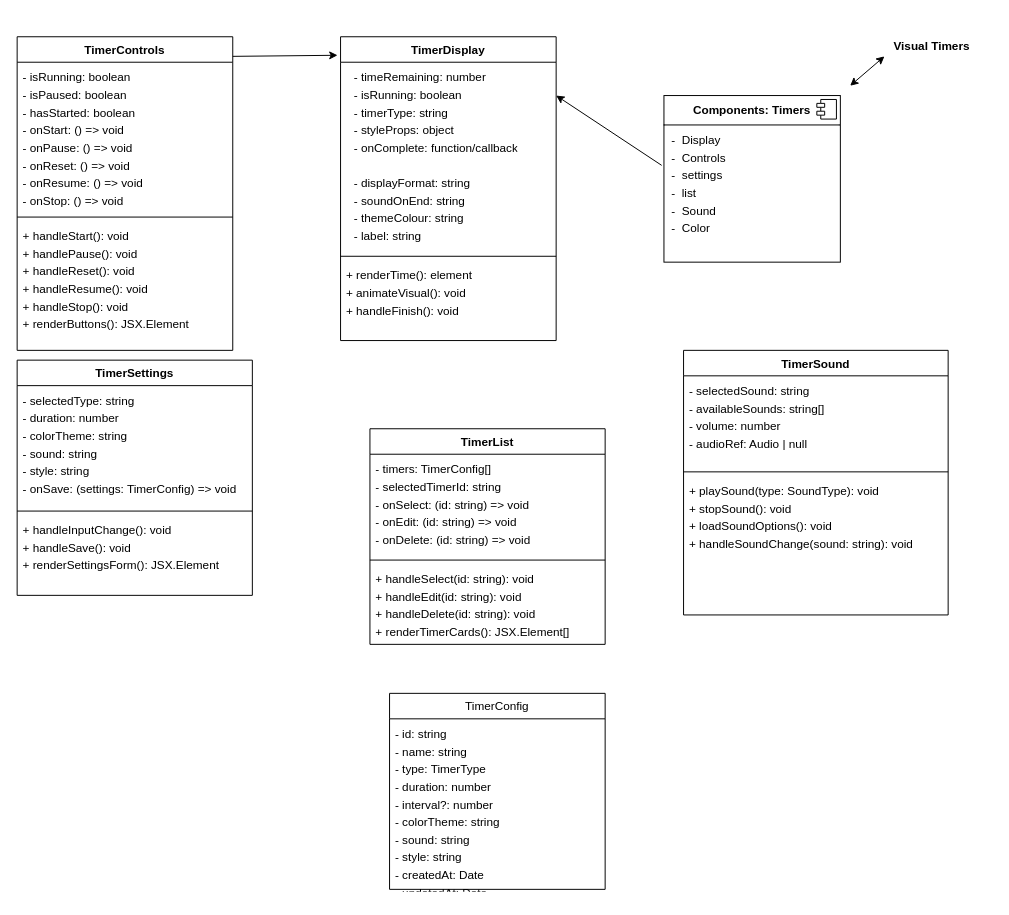
JGrineau/visual-timers keeps this draw.io diagram as visual-timers.drawio. Above is the earlier version. Source tidied: cells renumbered, new cells numbered last; positions are measured from the earlier drawing's top-left corner, leaving out a move shared by most shapes. Both pictures are drawn from the tidied source at 98%, with x=0, y=0 at pixel (17, 17).
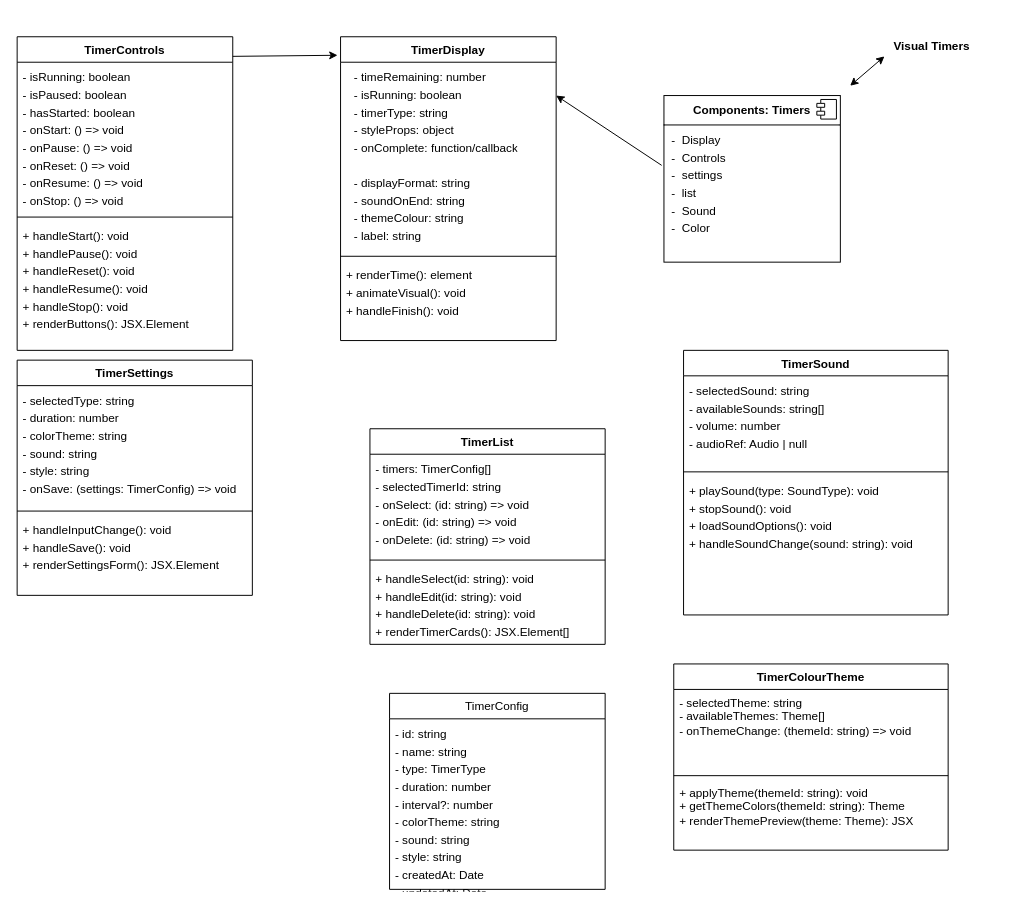
The same diagram, later.

Commit message:
Timer Colour theme put in

What changed in the source:
```diff
@@
+    <mxCell id="30" value="TimerColourTheme" style="swimlane;fontStyle=1;align=center;verticalAlign=top;horizontal=1;startSize=26;whiteSpace=wrap;html=1;" parent="1" vertex="1">
+      <mxGeometry x="670" y="660" width="280" height="190" as="geometry" />
+    </mxCell>
+    <mxCell id="31" value="&lt;div&gt;&lt;span style=&quot;font-size: 12px;&quot;&gt;- selectedTheme: string&amp;nbsp; &amp;nbsp; &amp;nbsp;&lt;/span&gt;&lt;/div&gt;&lt;div&gt;&lt;span style=&quot;font-size: 12px;&quot;&gt;- availableThemes: Theme[]&amp;nbsp;&amp;nbsp;&lt;/span&gt;&lt;/div&gt;&lt;div&gt;&lt;span style=&quot;font-size: 12px;&quot;&gt;- onThemeChange: (themeId: string) =&amp;gt; void&amp;nbsp;&lt;/span&gt;&lt;/div&gt;" style="text;strokeColor=none;fillColor=none;align=left;verticalAlign=top;spacingLeft=4;spacingRight=4;overflow=hidden;whiteSpace=wrap;html=1;" parent="30" vertex="1">
+      <mxGeometry y="26" width="280" height="84" as="geometry" />
+    </mxCell>
+    <mxCell id="32" style="line;strokeWidth=1;fillColor=none;align=left;verticalAlign=middle;spacingTop=-1;spacingLeft=3;spacingRight=3;labelPosition=right;strokeColor=inherit;" parent="30" vertex="1">
+      <mxGeometry y="110" width="280" height="8" as="geometry" />
+    </mxCell>
+    <mxCell id="33" value="&lt;div&gt;&lt;span style=&quot;font-size: 12px;&quot;&gt;+ applyTheme(themeId: string): void&amp;nbsp; &amp;nbsp; &amp;nbsp; &amp;nbsp;&lt;/span&gt;&lt;/div&gt;&lt;div&gt;&lt;span style=&quot;font-size: 12px;&quot;&gt;+ getThemeColors(themeId: string): Theme&amp;nbsp;&amp;nbsp;&lt;/span&gt;&lt;/div&gt;&lt;div&gt;&lt;span style=&quot;font-size: 12px;&quot;&gt;+ renderThemePreview(theme: Theme): JSX&amp;nbsp; &amp;nbsp;&lt;/span&gt;&lt;/div&gt;" style="text;strokeColor=none;fillColor=none;align=left;verticalAlign=top;spacingLeft=4;spacingRight=4;overflow=hidden;whiteSpace=wrap;html=1;" parent="30" vertex="1">
+      <mxGeometry y="118" width="280" height="72" as="geometry" />
+    </mxCell>
```
